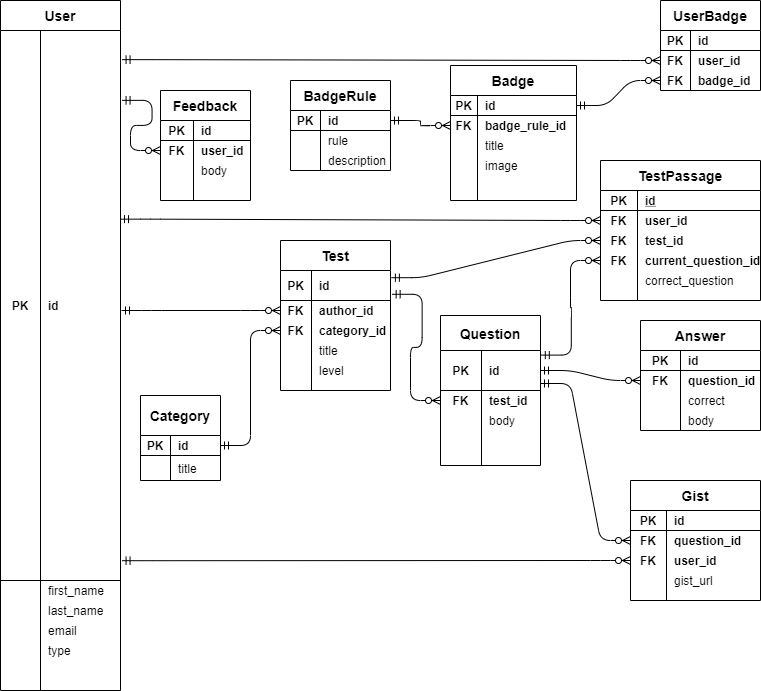
This is tmp/ER_model_diagram.png from svslight/test-guru, a draw.io export, as it was before one commit. Source tidied: cells renumbered, new cells last; positions are measured from the earlier drawing's top-left corner, leaving out a move shared by most shapes.
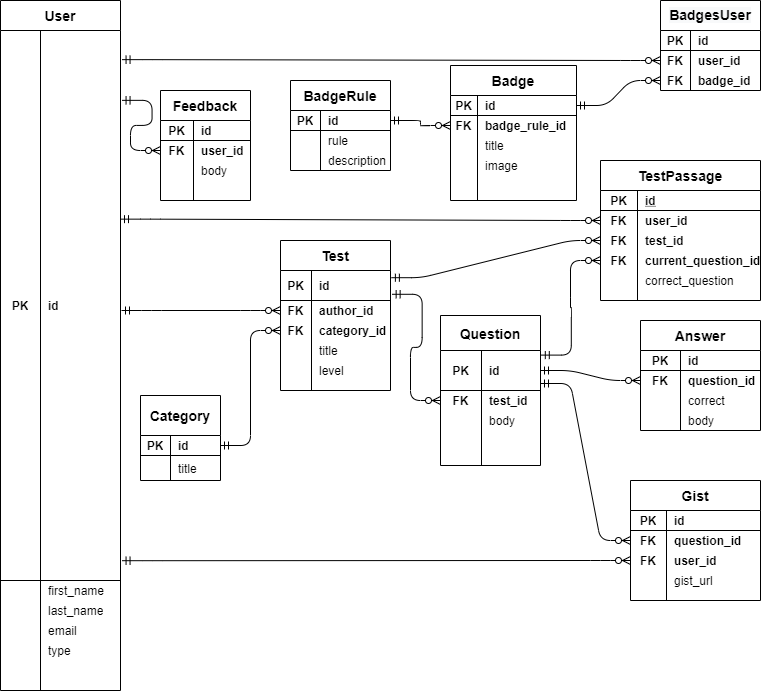
Later version of the same file.

What changed in the source:
```diff
@@ -381,7 +381,7 @@
     <mxCell id="126" value="description" style="shape=partialRectangle;html=1;whiteSpace=wrap;fillColor=none;top=0;left=0;bottom=0;right=0;align=left;spacingLeft=6;overflow=hidden;" parent="124" vertex="1">
       <mxGeometry x="30" width="70" height="20" as="geometry" />
     </mxCell>
-    <mxCell id="127" value="&lt;font style=&quot;font-size: 14px&quot;&gt;UserBadge&lt;/font&gt;" style="shape=table;html=1;whiteSpace=wrap;startSize=30;rowLines=0;fontStyle=1;align=center;" parent="1" vertex="1">
+    <mxCell id="127" value="&lt;div style=&quot;background-color: rgb(255 , 255 , 255) ; font-family: &amp;#34;consolas&amp;#34; , &amp;#34;courier new&amp;#34; , monospace ; font-weight: normal ; font-size: 13px ; line-height: 18px&quot;&gt;&lt;span style=&quot;font-family: &amp;#34;helvetica&amp;#34; ; font-size: 14px ; font-weight: 700 ; background-color: rgb(248 , 249 , 250)&quot;&gt;BadgesUser&lt;/span&gt;&lt;br&gt;&lt;/div&gt;" style="shape=table;html=1;whiteSpace=wrap;startSize=30;rowLines=0;fontStyle=1;align=center;" parent="1" vertex="1">
       <mxGeometry x="660" width="100" height="90" as="geometry" />
     </mxCell>
     <mxCell id="128" style="shape=partialRectangle;html=1;whiteSpace=wrap;fillColor=none;top=0;left=0;bottom=1;right=0;" parent="127" vertex="1">
```
